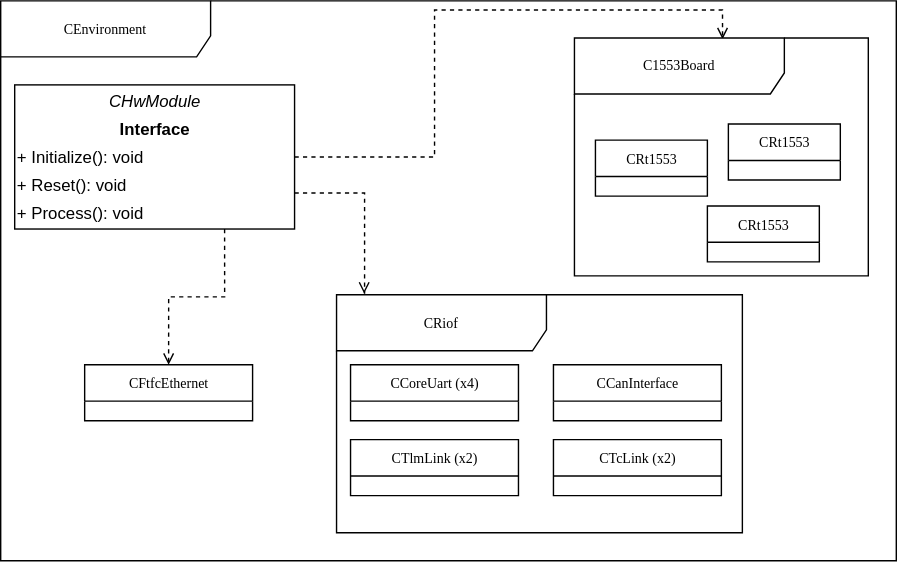
Above: svg/hw-layer.svg in alexiscabana/mse_thesis (draw.io), before the change. Source tidied: cells renumbered, new cells last; positions are measured from the earlier drawing's top-left corner, leaving out a move shared by most shapes.
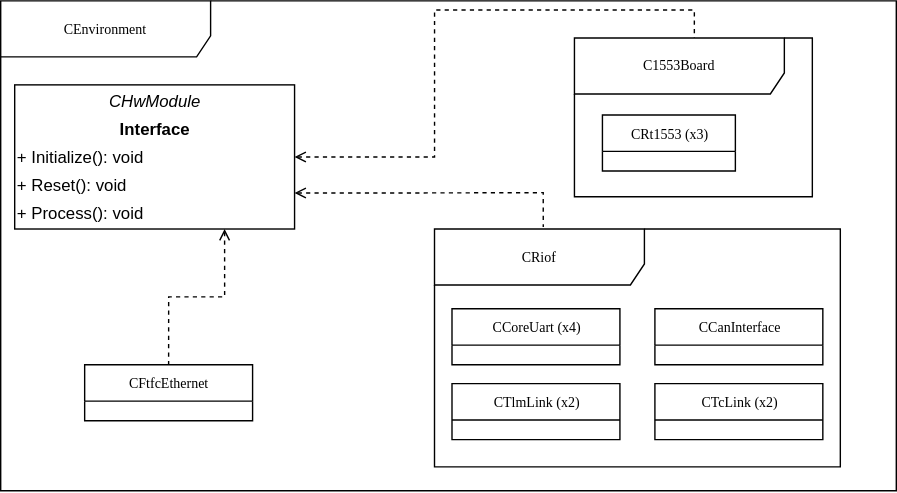
The same diagram one commit later.

Diff of the diagram source:
```diff
@@ -3,20 +3,20 @@
     <mxCell id="0" />
     <mxCell id="1" parent="0" />
     <mxCell id="2" value="CEnvironment" style="shape=umlFrame;whiteSpace=wrap;html=1;rounded=0;shadow=0;comic=0;labelBackgroundColor=none;strokeWidth=1;fontFamily=Verdana;fontSize=10;align=center;width=150;height=40;" parent="1" vertex="1">
-      <mxGeometry width="640" height="400" as="geometry" />
+      <mxGeometry width="640" height="350" as="geometry" />
     </mxCell>
-    <mxCell id="3" style="edgeStyle=orthogonalEdgeStyle;rounded=0;jettySize=auto;html=1;exitX=1;exitY=0.5;exitDx=0;exitDy=0;entryX=0.504;entryY=0.005;entryDx=0;entryDy=0;entryPerimeter=0;dashed=1;endArrow=open;endFill=0;" parent="1" edge="1" source="6" target="13">
+    <mxCell id="3" style="edgeStyle=orthogonalEdgeStyle;rounded=0;jettySize=auto;html=1;exitX=1;exitY=0.5;exitDx=0;exitDy=0;entryX=0.504;entryY=0.005;entryDx=0;entryDy=0;entryPerimeter=0;dashed=1;endArrow=none;endFill=0;startArrow=open;startFill=0;" parent="1" edge="1" source="6" target="13">
       <mxGeometry relative="1" as="geometry" />
     </mxCell>
-    <mxCell id="4" style="edgeStyle=orthogonalEdgeStyle;rounded=0;jettySize=auto;html=1;exitX=1;exitY=0.75;exitDx=0;exitDy=0;dashed=1;endArrow=open;endFill=0;entryX=0.068;entryY=-0.005;entryDx=0;entryDy=0;entryPerimeter=0;" parent="1" edge="1" source="6" target="17">
+    <mxCell id="4" style="edgeStyle=orthogonalEdgeStyle;rounded=0;jettySize=auto;html=1;exitX=1;exitY=0.75;exitDx=0;exitDy=0;dashed=1;endArrow=none;endFill=0;entryX=0.268;entryY=-0.008;entryDx=0;entryDy=0;entryPerimeter=0;startArrow=open;startFill=0;" parent="1" edge="1" source="6" target="17">
       <mxGeometry relative="1" as="geometry">
         <Array as="points">
           <mxPoint x="260" y="137" />
-          <mxPoint x="260" y="209" />
+          <mxPoint x="388" y="137" />
         </Array>
       </mxGeometry>
     </mxCell>
-    <mxCell id="5" style="edgeStyle=orthogonalEdgeStyle;rounded=0;jettySize=auto;html=1;exitX=0.75;exitY=1;exitDx=0;exitDy=0;entryX=0.5;entryY=0;entryDx=0;entryDy=0;dashed=1;endArrow=open;endFill=0;" parent="1" edge="1" source="6" target="21">
+    <mxCell id="5" style="edgeStyle=orthogonalEdgeStyle;rounded=0;jettySize=auto;html=1;exitX=0.75;exitY=1;exitDx=0;exitDy=0;entryX=0.5;entryY=0;entryDx=0;entryDy=0;dashed=1;endArrow=none;endFill=0;startArrow=open;startFill=0;" parent="1" edge="1" source="6" target="21">
       <mxGeometry relative="1" as="geometry" />
     </mxCell>
     <mxCell id="6" style="verticalAlign=top;align=left;overflow=fill;fontSize=12;fontFamily=Helvetica;html=1;rounded=0;shadow=0;comic=0;labelBackgroundColor=none;strokeWidth=1;" parent="1" vertex="1">
@@ -41,34 +41,28 @@
       <mxGeometry x="10" y="141.5" width="180" height="20" as="geometry" />
     </mxCell>
     <mxCell id="13" value="C1553Board" style="shape=umlFrame;whiteSpace=wrap;html=1;rounded=0;shadow=0;comic=0;labelBackgroundColor=none;strokeWidth=1;fontFamily=Verdana;fontSize=10;align=center;width=150;height=40;" parent="1" vertex="1">
-      <mxGeometry x="410" y="26.5" width="210" height="170" as="geometry" />
+      <mxGeometry x="410" y="26.5" width="170" height="113.5" as="geometry" />
     </mxCell>
-    <mxCell id="14" value="CRt1553" style="swimlane;html=1;fontStyle=0;horizontal=1;startSize=26;fillColor=none;swimlaneFillColor=#ffffff;rounded=0;shadow=0;comic=0;labelBackgroundColor=none;strokeWidth=1;fontFamily=Verdana;fontSize=10;align=center;" parent="1" vertex="1">
-      <mxGeometry x="520" y="88" width="80" height="40" as="geometry" />
-    </mxCell>
-    <mxCell id="15" value="CRt1553" style="swimlane;html=1;fontStyle=0;horizontal=1;startSize=26;fillColor=none;swimlaneFillColor=#ffffff;rounded=0;shadow=0;comic=0;labelBackgroundColor=none;strokeWidth=1;fontFamily=Verdana;fontSize=10;align=center;" parent="1" vertex="1">
-      <mxGeometry x="425" y="99.5" width="80" height="40" as="geometry" />
+    <mxCell id="15" value="CRt1553 (x3)" style="swimlane;html=1;fontStyle=0;horizontal=1;startSize=26;fillColor=none;swimlaneFillColor=#ffffff;rounded=0;shadow=0;comic=0;labelBackgroundColor=none;strokeWidth=1;fontFamily=Verdana;fontSize=10;align=center;" parent="1" vertex="1">
+      <mxGeometry x="430" y="81.5" width="95" height="40" as="geometry" />
     </mxCell>
-    <mxCell id="16" value="CRt1553" style="swimlane;html=1;fontStyle=0;horizontal=1;startSize=26;fillColor=none;swimlaneFillColor=#ffffff;rounded=0;shadow=0;comic=0;labelBackgroundColor=none;strokeWidth=1;fontFamily=Verdana;fontSize=10;align=center;" parent="1" vertex="1">
-      <mxGeometry x="505" y="146.5" width="80" height="40" as="geometry" />
-    </mxCell>
     <mxCell id="17" value="CRiof" style="shape=umlFrame;whiteSpace=wrap;html=1;rounded=0;shadow=0;comic=0;labelBackgroundColor=none;strokeWidth=1;fontFamily=Verdana;fontSize=10;align=center;width=150;height=40;" parent="1" vertex="1">
-      <mxGeometry x="240" y="210" width="290" height="170" as="geometry" />
+      <mxGeometry x="310" y="163" width="290" height="170" as="geometry" />
     </mxCell>
     <mxCell id="18" value="CCoreUart (x4)" style="swimlane;html=1;fontStyle=0;horizontal=1;startSize=26;fillColor=none;swimlaneFillColor=#ffffff;rounded=0;shadow=0;comic=0;labelBackgroundColor=none;strokeWidth=1;fontFamily=Verdana;fontSize=10;align=center;" parent="1" vertex="1">
-      <mxGeometry x="250" y="260" width="120" height="40" as="geometry" />
+      <mxGeometry x="322.5" y="220" width="120" height="40" as="geometry" />
     </mxCell>
     <mxCell id="19" value="&lt;div&gt;CTlmLink (x2)&lt;/div&gt;" style="swimlane;html=1;fontStyle=0;horizontal=1;startSize=26;fillColor=none;swimlaneFillColor=#ffffff;rounded=0;shadow=0;comic=0;labelBackgroundColor=none;strokeWidth=1;fontFamily=Verdana;fontSize=10;align=center;" parent="1" vertex="1">
-      <mxGeometry x="250" y="313.5" width="120" height="40" as="geometry" />
+      <mxGeometry x="322.5" y="273.5" width="120" height="40" as="geometry" />
     </mxCell>
     <mxCell id="20" value="&lt;div&gt;CTcLink (x2)&lt;/div&gt;" style="swimlane;html=1;fontStyle=0;horizontal=1;startSize=26;fillColor=none;swimlaneFillColor=#ffffff;rounded=0;shadow=0;comic=0;labelBackgroundColor=none;strokeWidth=1;fontFamily=Verdana;fontSize=10;align=center;" parent="1" vertex="1">
-      <mxGeometry x="395" y="313.5" width="120" height="40" as="geometry" />
+      <mxGeometry x="467.5" y="273.5" width="120" height="40" as="geometry" />
     </mxCell>
     <mxCell id="21" value="CFtfcEthernet" style="swimlane;html=1;fontStyle=0;horizontal=1;startSize=26;fillColor=none;swimlaneFillColor=#ffffff;rounded=0;shadow=0;comic=0;labelBackgroundColor=none;strokeWidth=1;fontFamily=Verdana;fontSize=10;align=center;" parent="1" vertex="1">
       <mxGeometry x="60" y="260" width="120" height="40" as="geometry" />
     </mxCell>
     <mxCell id="22" value="CCanInterface" style="swimlane;html=1;fontStyle=0;horizontal=1;startSize=26;fillColor=none;swimlaneFillColor=#ffffff;rounded=0;shadow=0;comic=0;labelBackgroundColor=none;strokeWidth=1;fontFamily=Verdana;fontSize=10;align=center;" parent="1" vertex="1">
-      <mxGeometry x="395" y="260" width="120" height="40" as="geometry" />
+      <mxGeometry x="467.5" y="220" width="120" height="40" as="geometry" />
     </mxCell>
   </root>
 </mxGraphModel>
```
